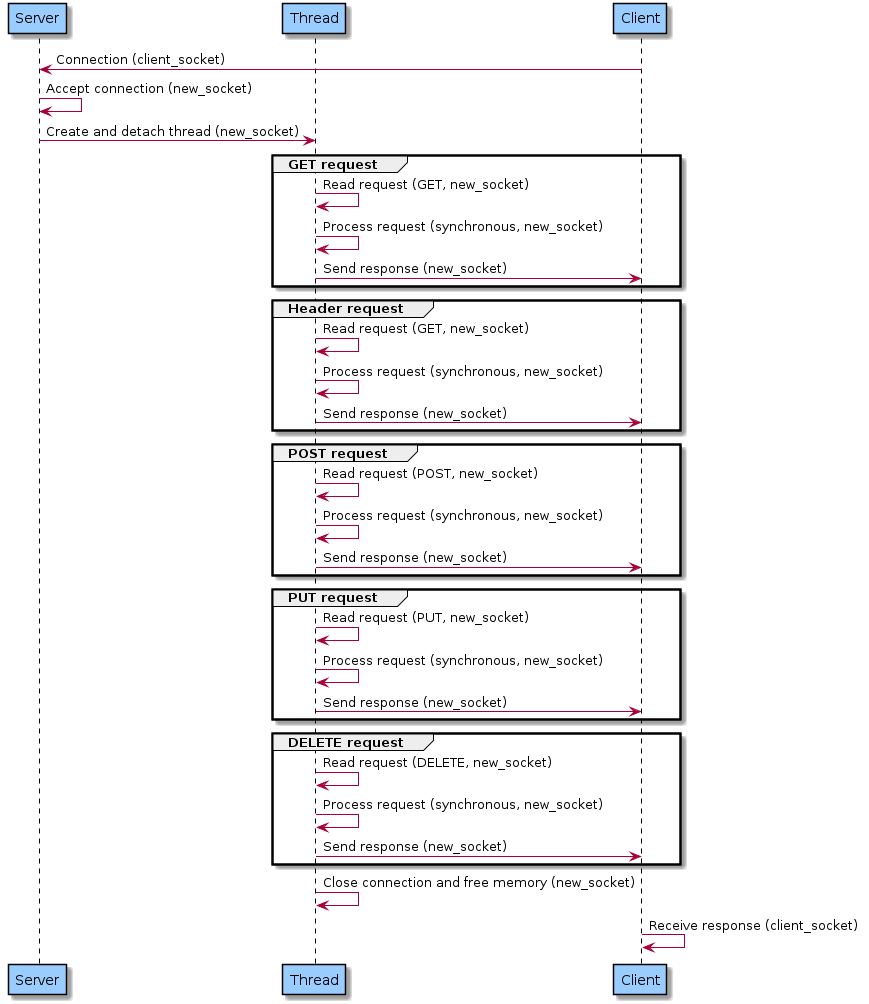
The PlantUML diagram img/sequence_diagram.png in Haroun-Azoulay/c-cherokee, before a commit. The source it was exported from:
```plantuml
@startuml
skinparam sequence {
    LifeLineBorderColor black
    LifeLineBackgroundColor #99CCFF
    ParticipantBorderColor black
    ParticipantBackgroundColor #99CCFF
    SequenceGroupBorderColor black
    SequenceGroupBackgroundColor #99CCFF
}

participant Server
participant "Thread" as Thread

Client -> Server: Connection (client_socket)
Server -> Server: Accept connection (new_socket)
Server -> Thread: Create and detach thread (new_socket)
group GET request
    Thread -> Thread: Read request (GET, new_socket)
    Thread -> Thread: Process request (synchronous, new_socket)
    Thread -> Client: Send response (new_socket)
end
group Header request
    Thread -> Thread: Read request (GET, new_socket)
    Thread -> Thread: Process request (synchronous, new_socket)
    Thread -> Client: Send response (new_socket)
end
group POST request
    Thread -> Thread: Read request (POST, new_socket)
    Thread -> Thread: Process request (synchronous, new_socket)
    Thread -> Client: Send response (new_socket)
end
group PUT request
    Thread -> Thread: Read request (PUT, new_socket)
    Thread -> Thread: Process request (synchronous, new_socket)
    Thread -> Client: Send response (new_socket)
end
group DELETE request
    Thread -> Thread: Read request (DELETE, new_socket)
    Thread -> Thread: Process request (synchronous, new_socket)
    Thread -> Client: Send response (new_socket)
end
Thread -> Thread: Close connection and free memory (new_socket)
Client -> Client: Receive response (client_socket)
@enduml
```
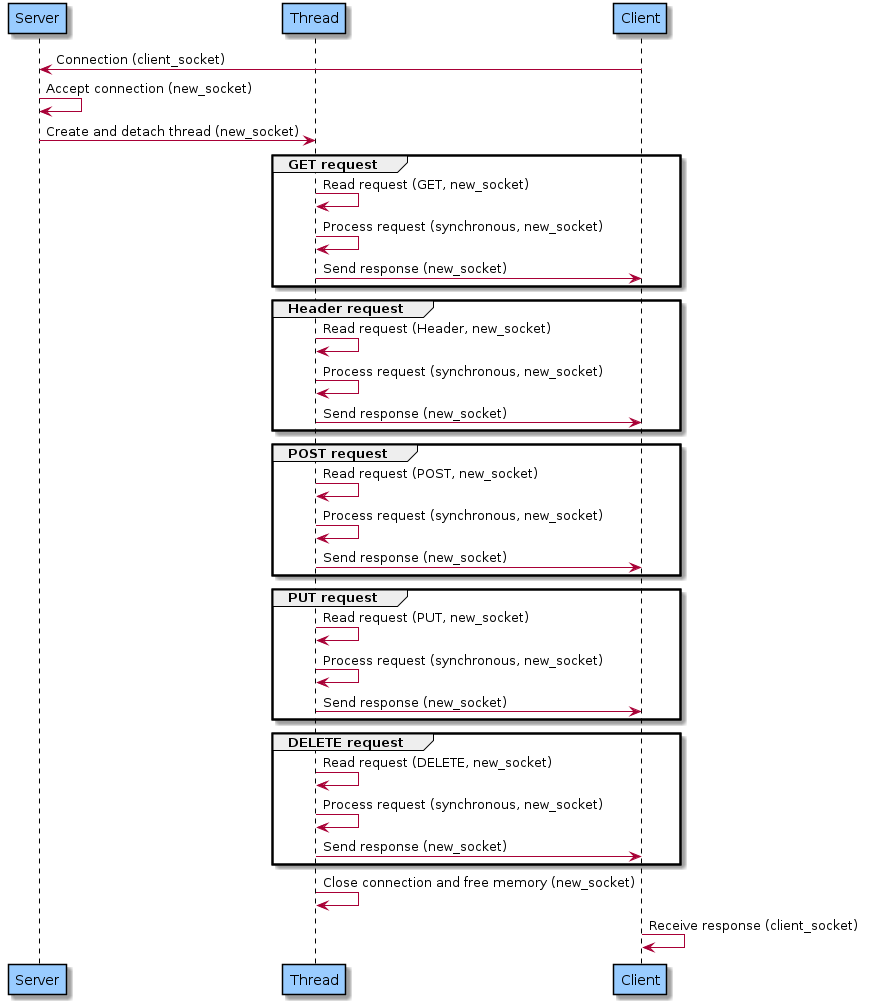
The same file after the commit.

What changed in the source:
```diff
@@ -20,7 +20,7 @@
     Thread -> Client: Send response (new_socket)
 end
 group Header request
-    Thread -> Thread: Read request (GET, new_socket)
+    Thread -> Thread: Read request (Header, new_socket)
     Thread -> Thread: Process request (synchronous, new_socket)
     Thread -> Client: Send response (new_socket)
 end
```
